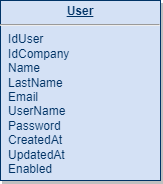
Above: db.png in alekusa/api_nodejs (draw.io), before the change. Source tidied: cells renumbered, new cells last; positions are measured from the earlier drawing's top-left corner, leaving out a move shared by most shapes. The source it was exported from:
```xml
<mxGraphModel>
  <root>
    <mxCell id="0" />
    <mxCell id="1" parent="0" />
    <mxCell id="2" value="&lt;p style=&quot;margin: 0px; margin-top: 4px; text-align: center; text-decoration: underline;&quot;&gt;&lt;strong&gt;User&lt;/strong&gt;&lt;/p&gt;&lt;hr /&gt;&lt;p style=&quot;margin: 0px; margin-left: 8px;&quot;&gt;IdUser&lt;/p&gt;&lt;p style=&quot;margin: 0px; margin-left: 8px;&quot;&gt;IdCompany&lt;/p&gt;&lt;p style=&quot;margin: 0px; margin-left: 8px;&quot;&gt;Name&lt;/p&gt;&lt;p style=&quot;margin: 0px; margin-left: 8px;&quot;&gt;LastName&lt;/p&gt;&lt;p style=&quot;margin: 0px; margin-left: 8px;&quot;&gt;Email&lt;/p&gt;&lt;p style=&quot;margin: 0px; margin-left: 8px;&quot;&gt;UserName&lt;/p&gt;&lt;p style=&quot;margin: 0px; margin-left: 8px;&quot;&gt;Password&lt;/p&gt;&lt;p style=&quot;margin: 0px; margin-left: 8px;&quot;&gt;CreatedAt&lt;/p&gt;&lt;p style=&quot;margin: 0px; margin-left: 8px;&quot;&gt;UpdatedAt&lt;/p&gt;&lt;p style=&quot;margin: 0px; margin-left: 8px;&quot;&gt;Enabled&lt;/p&gt;" style="verticalAlign=top;align=left;overflow=fill;fontSize=12;fontFamily=Helvetica;html=1;strokeColor=#003366;shadow=1;fillColor=#D4E1F5;fontColor=#003366;" parent="1" vertex="1">
      <mxGeometry width="160" height="180" as="geometry" />
    </mxCell>
  </root>
</mxGraphModel>
```
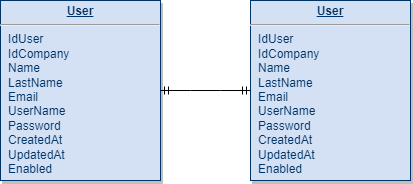
The same diagram one commit later.

What changed in the source:
```diff
@@ -5,5 +5,11 @@
     <mxCell id="2" value="&lt;p style=&quot;margin: 0px; margin-top: 4px; text-align: center; text-decoration: underline;&quot;&gt;&lt;strong&gt;User&lt;/strong&gt;&lt;/p&gt;&lt;hr /&gt;&lt;p style=&quot;margin: 0px; margin-left: 8px;&quot;&gt;IdUser&lt;/p&gt;&lt;p style=&quot;margin: 0px; margin-left: 8px;&quot;&gt;IdCompany&lt;/p&gt;&lt;p style=&quot;margin: 0px; margin-left: 8px;&quot;&gt;Name&lt;/p&gt;&lt;p style=&quot;margin: 0px; margin-left: 8px;&quot;&gt;LastName&lt;/p&gt;&lt;p style=&quot;margin: 0px; margin-left: 8px;&quot;&gt;Email&lt;/p&gt;&lt;p style=&quot;margin: 0px; margin-left: 8px;&quot;&gt;UserName&lt;/p&gt;&lt;p style=&quot;margin: 0px; margin-left: 8px;&quot;&gt;Password&lt;/p&gt;&lt;p style=&quot;margin: 0px; margin-left: 8px;&quot;&gt;CreatedAt&lt;/p&gt;&lt;p style=&quot;margin: 0px; margin-left: 8px;&quot;&gt;UpdatedAt&lt;/p&gt;&lt;p style=&quot;margin: 0px; margin-left: 8px;&quot;&gt;Enabled&lt;/p&gt;" style="verticalAlign=top;align=left;overflow=fill;fontSize=12;fontFamily=Helvetica;html=1;strokeColor=#003366;shadow=1;fillColor=#D4E1F5;fontColor=#003366;" parent="1" vertex="1">
       <mxGeometry width="160" height="180" as="geometry" />
     </mxCell>
+    <mxCell id="3" value="&lt;p style=&quot;margin: 0px; margin-top: 4px; text-align: center; text-decoration: underline;&quot;&gt;&lt;strong&gt;User&lt;/strong&gt;&lt;/p&gt;&lt;hr /&gt;&lt;p style=&quot;margin: 0px; margin-left: 8px;&quot;&gt;IdUser&lt;/p&gt;&lt;p style=&quot;margin: 0px; margin-left: 8px;&quot;&gt;IdCompany&lt;/p&gt;&lt;p style=&quot;margin: 0px; margin-left: 8px;&quot;&gt;Name&lt;/p&gt;&lt;p style=&quot;margin: 0px; margin-left: 8px;&quot;&gt;LastName&lt;/p&gt;&lt;p style=&quot;margin: 0px; margin-left: 8px;&quot;&gt;Email&lt;/p&gt;&lt;p style=&quot;margin: 0px; margin-left: 8px;&quot;&gt;UserName&lt;/p&gt;&lt;p style=&quot;margin: 0px; margin-left: 8px;&quot;&gt;Password&lt;/p&gt;&lt;p style=&quot;margin: 0px; margin-left: 8px;&quot;&gt;CreatedAt&lt;/p&gt;&lt;p style=&quot;margin: 0px; margin-left: 8px;&quot;&gt;UpdatedAt&lt;/p&gt;&lt;p style=&quot;margin: 0px; margin-left: 8px;&quot;&gt;Enabled&lt;/p&gt;" style="verticalAlign=top;align=left;overflow=fill;fontSize=12;fontFamily=Helvetica;html=1;strokeColor=#003366;shadow=1;fillColor=#D4E1F5;fontColor=#003366;" parent="1" vertex="1">
+      <mxGeometry x="250" width="160" height="180" as="geometry" />
+    </mxCell>
+    <mxCell id="4" style="edgeStyle=entityRelationEdgeStyle;fontSize=12;html=1;endArrow=ERmandOne;startArrow=ERmandOne;rounded=0;" parent="1" edge="1" source="2" target="3">
+      <mxGeometry relative="1" as="geometry" />
+    </mxCell>
   </root>
 </mxGraphModel>
```
